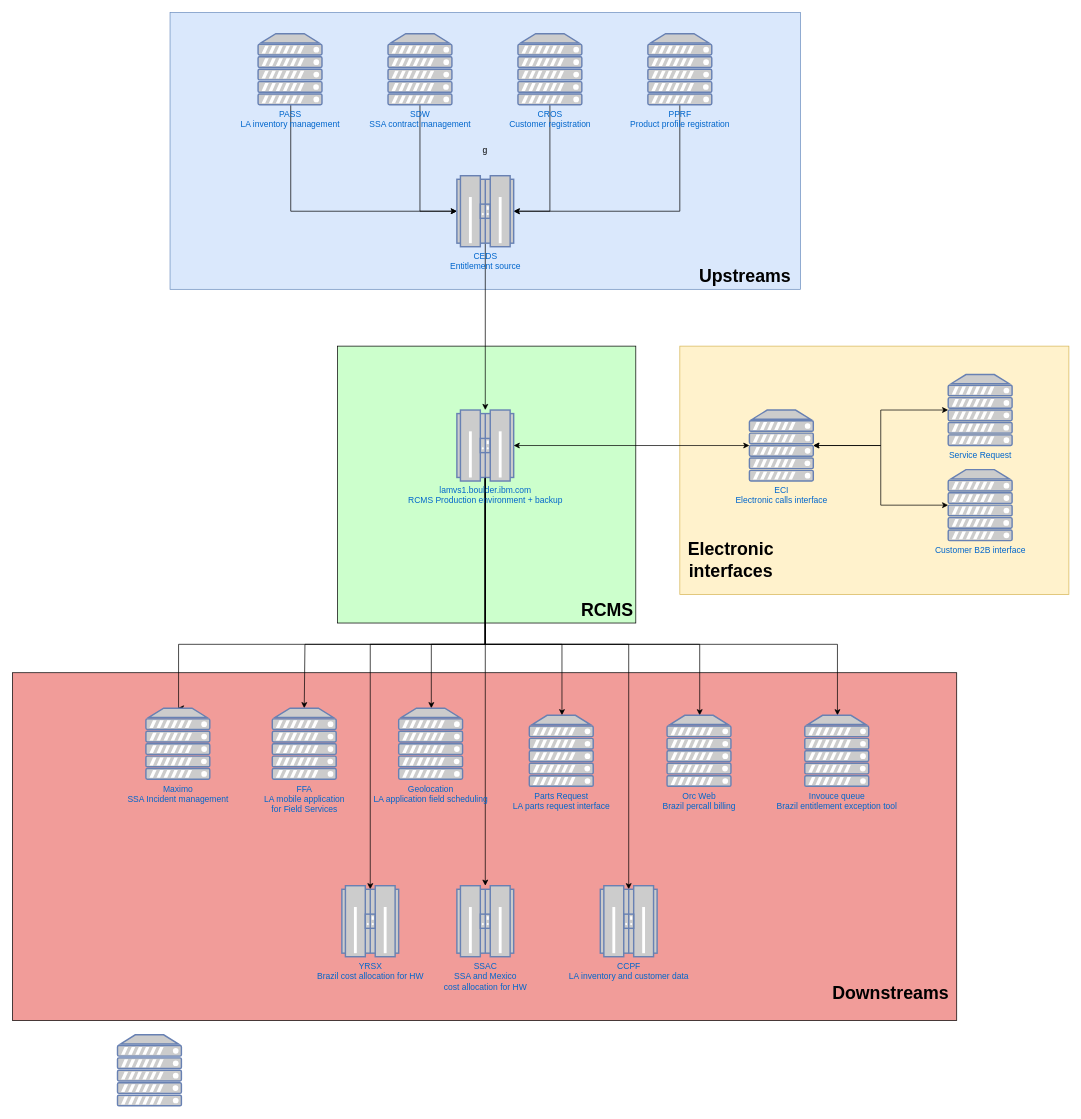
This is RCMS_Arch.drawio from yuribreion/yuribreion, a draw.io file, before an edit. Source tidied: cells renumbered, new cells numbered last; positions are measured from the earlier drawing's top-left corner, leaving out a move shared by most shapes. Both pictures are drawn from the tidied source at 71%, with x=0, y=0 at pixel (12, 12).
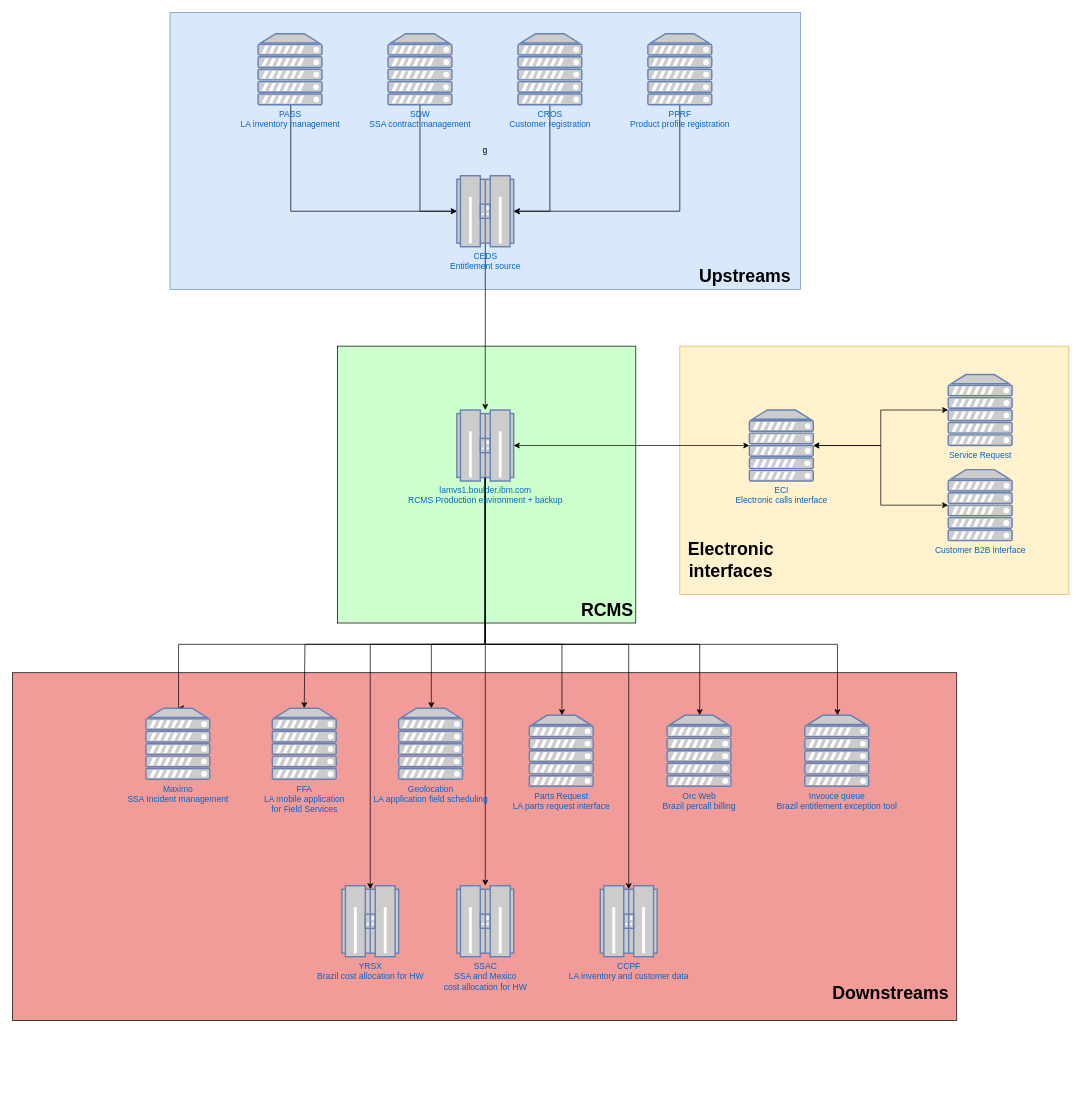
Above is the later version.

What changed in the source:
```diff
@@
-    <mxCell id="41" style="fontColor=#0066CC;verticalAlign=top;verticalLabelPosition=bottom;labelPosition=center;align=center;html=1;fillColor=#CCCCCC;strokeColor=#6881B3;gradientColor=none;gradientDirection=north;strokeWidth=2;shape=mxgraph.networks.server;" parent="1" vertex="1">
-      <mxGeometry x="148" y="1440" width="90" height="100" as="geometry" />
-    </mxCell>
```
